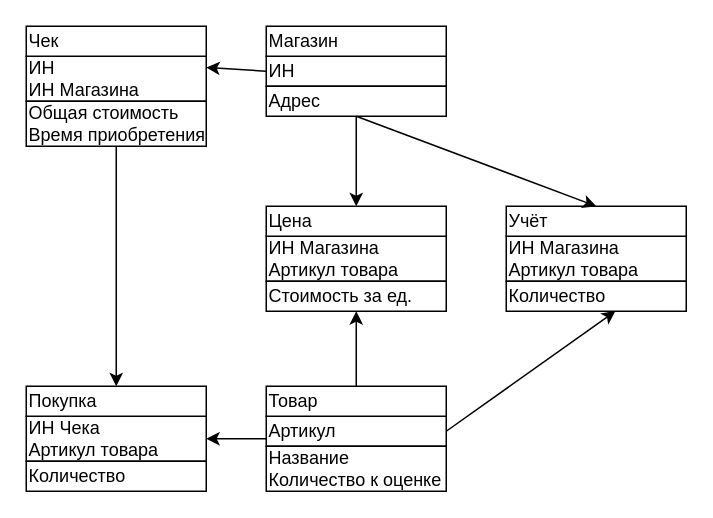
Before: db/lab1/db1_1.drawio in AnDreV133/BSTU-labs, a draw.io diagram. Source tidied: cells renumbered, new cells numbered last; positions are measured from the earlier drawing's top-left corner, leaving out a move shared by most shapes. Both pictures are drawn from the tidied source at 150%, with x=0, y=0 at pixel (26, 26).
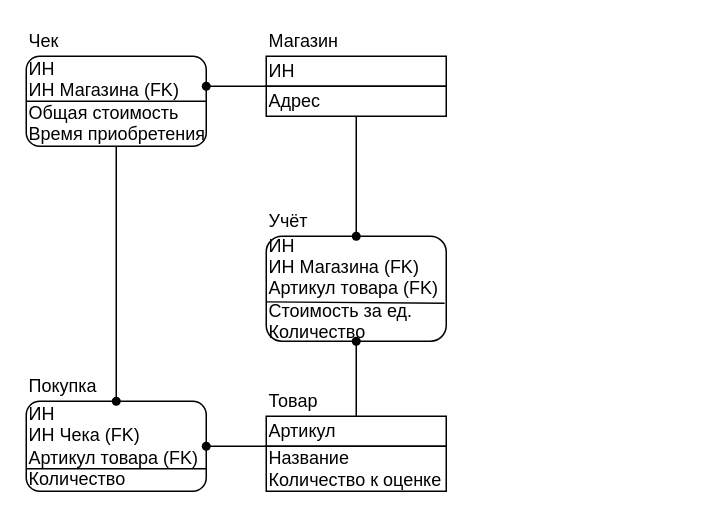
Above is the later version.

The change refers to these unchanged cells:
```xml
<mxCell id="8" value="ИН&amp;nbsp;" style="rounded=0;whiteSpace=wrap;html=1;align=left;" parent="1" vertex="1">
  <mxGeometry x="160" y="20" width="120" height="20" as="geometry" />
</mxCell>
<mxCell id="9" value="Адрес" style="rounded=0;whiteSpace=wrap;html=1;align=left;" parent="1" vertex="1">
  <mxGeometry x="160" y="40" width="120" height="20" as="geometry" />
</mxCell>
<mxCell id="14" value="&lt;div&gt;Артикул&lt;/div&gt;" style="rounded=0;whiteSpace=wrap;html=1;align=left;" parent="1" vertex="1">
  <mxGeometry x="160" y="260" width="120" height="20" as="geometry" />
</mxCell>
<mxCell id="15" value="Название&lt;div&gt;Количество к оценке&lt;/div&gt;" style="rounded=0;whiteSpace=wrap;html=1;align=left;" parent="1" vertex="1">
  <mxGeometry x="160" y="280" width="120" height="30" as="geometry" />
</mxCell>
```

The edit, as a diff of the source:
```diff
@@
-    <mxCell id="2" value="ИН&lt;div&gt;ИН Магазина&lt;/div&gt;" style="rounded=0;whiteSpace=wrap;html=1;align=left;" parent="1" vertex="1">
-      <mxGeometry y="20" width="120" height="30" as="geometry" />
+    <mxCell id="2" value="ИН&lt;div&gt;ИН Магазина (FK)&lt;/div&gt;&lt;div&gt;Общая стоимость&lt;div&gt;Время приобретения&lt;/div&gt;&lt;/div&gt;" style="rounded=1;whiteSpace=wrap;html=1;align=left;" parent="1" vertex="1">
+      <mxGeometry y="20" width="120" height="60" as="geometry" />
     </mxCell>
-    <mxCell id="3" value="Общая стоимость&lt;div&gt;Время приобретения&lt;/div&gt;" style="rounded=0;whiteSpace=wrap;html=1;align=left;" parent="1" vertex="1">
-      <mxGeometry y="50" width="120" height="30" as="geometry" />
-    </mxCell>
-    <mxCell id="4" value="Чек" style="rounded=0;whiteSpace=wrap;html=1;align=left;" parent="1" vertex="1">
-      <mxGeometry width="120" height="20" as="geometry" />
-    </mxCell>
-    <mxCell id="5" value="ИН Чека&lt;div&gt;Артикул товара&lt;/div&gt;" style="rounded=0;whiteSpace=wrap;html=1;align=left;" parent="1" vertex="1">
-      <mxGeometry y="260" width="120" height="30" as="geometry" />
+    <mxCell id="5" value="&lt;div&gt;ИН&lt;/div&gt;ИН Чека (FK)&lt;div&gt;Артикул товара (FK)&lt;/div&gt;&lt;div&gt;Количество&lt;br&gt;&lt;/div&gt;" style="rounded=1;whiteSpace=wrap;html=1;align=left;" parent="1" vertex="1">
+      <mxGeometry y="250" width="120" height="60" as="geometry" />
     </mxCell>
-    <mxCell id="6" value="Количество" style="rounded=0;whiteSpace=wrap;html=1;align=left;" parent="1" vertex="1">
-      <mxGeometry y="290" width="120" height="20" as="geometry" />
-    </mxCell>
-    <mxCell id="7" value="Покупка" style="rounded=0;whiteSpace=wrap;html=1;align=left;" parent="1" vertex="1">
-      <mxGeometry y="240" width="120" height="20" as="geometry" />
-    </mxCell>
@@
-    <mxCell id="10" value="Магазин" style="rounded=0;whiteSpace=wrap;html=1;align=left;" parent="1" vertex="1">
-      <mxGeometry x="160" width="120" height="20" as="geometry" />
-    </mxCell>
-    <mxCell id="11" value="ИН Магазина&lt;div&gt;Артикул товара&lt;/div&gt;" style="rounded=0;whiteSpace=wrap;html=1;align=left;" parent="1" vertex="1">
-      <mxGeometry x="160" y="140" width="120" height="30" as="geometry" />
+    <mxCell id="11" value="&lt;div&gt;ИН&lt;/div&gt;ИН Магазина (FK)&lt;div&gt;Артикул товара (FK)&lt;/div&gt;&lt;div&gt;Стоимость за ед.&lt;div&gt;Количество&lt;/div&gt;&lt;/div&gt;" style="rounded=1;whiteSpace=wrap;html=1;align=left;" parent="1" vertex="1">
+      <mxGeometry x="160" y="140" width="120" height="70" as="geometry" />
     </mxCell>
-    <mxCell id="12" value="Стоимость за ед." style="rounded=0;whiteSpace=wrap;html=1;align=left;" parent="1" vertex="1">
-      <mxGeometry x="160" y="170" width="120" height="20" as="geometry" />
-    </mxCell>
-    <mxCell id="13" value="Цена" style="rounded=0;whiteSpace=wrap;html=1;align=left;" parent="1" vertex="1">
-      <mxGeometry x="160" y="120" width="120" height="20" as="geometry" />
-    </mxCell>
@@
+    <mxCell id="4" value="Чек" style="text;html=1;align=left;verticalAlign=middle;whiteSpace=wrap;rounded=0;" parent="1" vertex="1">
+      <mxGeometry width="60" height="20" as="geometry" />
+    </mxCell>
+    <mxCell id="10" value="Магазин" style="text;html=1;align=left;verticalAlign=middle;whiteSpace=wrap;rounded=0;" parent="1" vertex="1">
+      <mxGeometry x="160" width="60" height="20" as="geometry" />
+    </mxCell>
+    <mxCell id="19" value="Учёт" style="text;html=1;align=left;verticalAlign=middle;whiteSpace=wrap;rounded=0;" parent="1" vertex="1">
+      <mxGeometry x="160" y="120" width="60" height="20" as="geometry" />
+    </mxCell>
+    <mxCell id="7" value="Покупка" style="text;html=1;align=left;verticalAlign=middle;whiteSpace=wrap;rounded=0;" parent="1" vertex="1">
+      <mxGeometry y="230" width="60" height="20" as="geometry" />
+    </mxCell>
-    <mxCell id="16" value="Товар" style="rounded=0;whiteSpace=wrap;html=1;align=left;" parent="1" vertex="1">
-      <mxGeometry x="160" y="240" width="120" height="20" as="geometry" />
+    <mxCell id="16" value="Товар" style="text;html=1;align=left;verticalAlign=middle;whiteSpace=wrap;rounded=0;" parent="1" vertex="1">
+      <mxGeometry x="160" y="240" width="60" height="20" as="geometry" />
     </mxCell>
-    <mxCell id="17" value="ИН Магазина&lt;div&gt;Артикул товара&lt;/div&gt;" style="rounded=0;whiteSpace=wrap;html=1;align=left;" parent="1" vertex="1">
-      <mxGeometry x="320" y="140" width="120" height="30" as="geometry" />
-    </mxCell>
-    <mxCell id="18" value="Количество" style="rounded=0;whiteSpace=wrap;html=1;align=left;" parent="1" vertex="1">
-      <mxGeometry x="320" y="170" width="120" height="20" as="geometry" />
-    </mxCell>
-    <mxCell id="19" value="Учёт" style="rounded=0;whiteSpace=wrap;html=1;align=left;" parent="1" vertex="1">
-      <mxGeometry x="320" y="120" width="120" height="20" as="geometry" />
-    </mxCell>
-    <mxCell id="20" style="endArrow=classic;html=1;rounded=0;exitX=0.5;exitY=1;exitDx=0;exitDy=0;entryX=0.5;entryY=0;entryDx=0;entryDy=0;" parent="1" edge="1" source="3" target="7">
-      <mxGeometry relative="1" as="geometry" />
-    </mxCell>
-    <mxCell id="21" style="endArrow=classic;html=1;rounded=0;exitX=0;exitY=0.5;exitDx=0;exitDy=0;entryX=1;entryY=0.25;entryDx=0;entryDy=0;" parent="1" edge="1" source="8" target="2">
-      <mxGeometry relative="1" as="geometry" />
-    </mxCell>
-    <mxCell id="22" style="endArrow=classic;html=1;rounded=0;exitX=0.5;exitY=1;exitDx=0;exitDy=0;entryX=0.5;entryY=0;entryDx=0;entryDy=0;" parent="1" edge="1" source="9" target="13">
-      <mxGeometry relative="1" as="geometry" />
-    </mxCell>
-    <mxCell id="23" style="endArrow=classic;html=1;rounded=0;exitX=0.5;exitY=1;exitDx=0;exitDy=0;entryX=0.5;entryY=0;entryDx=0;entryDy=0;" parent="1" edge="1" source="9" target="19">
-      <mxGeometry relative="1" as="geometry" />
-    </mxCell>
-    <mxCell id="24" style="endArrow=classic;html=1;rounded=0;exitX=0.5;exitY=0;exitDx=0;exitDy=0;entryX=0.5;entryY=1;entryDx=0;entryDy=0;" parent="1" edge="1" source="16" target="12">
-      <mxGeometry relative="1" as="geometry" />
-    </mxCell>
-    <mxCell id="25" style="endArrow=classic;html=1;rounded=0;exitX=0;exitY=0.75;exitDx=0;exitDy=0;entryX=1;entryY=0.5;entryDx=0;entryDy=0;" parent="1" edge="1" source="14" target="5">
-      <mxGeometry relative="1" as="geometry" />
-    </mxCell>
-    <mxCell id="26" style="endArrow=classic;html=1;rounded=0;exitX=1;exitY=0.5;exitDx=0;exitDy=0;entryX=0.607;entryY=0.992;entryDx=0;entryDy=0;entryPerimeter=0;" parent="1" edge="1" source="14" target="18">
-      <mxGeometry relative="1" as="geometry" />
-    </mxCell>
+    <mxCell id="27" style="endArrow=none;html=1;rounded=0;entryX=0;entryY=0;entryDx=0;entryDy=0;" parent="1" edge="1" source="35" target="9">
+      <mxGeometry relative="1" as="geometry" />
+    </mxCell>
+    <mxCell id="28" style="endArrow=none;html=1;rounded=0;exitX=0.5;exitY=0;exitDx=0;exitDy=0;entryX=0.5;entryY=1;entryDx=0;entryDy=0;" parent="1" edge="1" target="11">
+      <mxGeometry relative="1" as="geometry">
+        <mxPoint x="220" y="210" as="sourcePoint" />
+      </mxGeometry>
+    </mxCell>
+    <mxCell id="29" style="endArrow=none;html=1;rounded=0;entryX=0;entryY=0;entryDx=0;entryDy=0;" parent="1" edge="1" source="38" target="15">
+      <mxGeometry relative="1" as="geometry" />
+    </mxCell>
+    <mxCell id="30" style="endArrow=none;html=1;rounded=0;exitX=0;exitY=0.5;exitDx=0;exitDy=0;entryX=1;entryY=0.5;entryDx=0;entryDy=0;" parent="1" edge="1" source="2" target="2">
+      <mxGeometry relative="1" as="geometry" />
+    </mxCell>
+    <mxCell id="31" style="endArrow=none;html=1;rounded=0;exitX=1;exitY=0.75;exitDx=0;exitDy=0;entryX=0;entryY=0.75;entryDx=0;entryDy=0;" parent="1" edge="1" source="5" target="5">
+      <mxGeometry relative="1" as="geometry" />
+    </mxCell>
+    <mxCell id="32" style="endArrow=none;html=1;rounded=0;entryX=0.991;entryY=0.637;entryDx=0;entryDy=0;exitX=0.001;exitY=0.625;exitDx=0;exitDy=0;exitPerimeter=0;entryPerimeter=0;" parent="1" edge="1" source="11" target="11">
+      <mxGeometry relative="1" as="geometry" />
+    </mxCell>
+    <mxCell id="33" style="endArrow=none;html=1;rounded=0;exitX=0.5;exitY=0;exitDx=0;exitDy=0;" parent="1" edge="1" source="14" target="39">
+      <mxGeometry relative="1" as="geometry" />
+    </mxCell>
+    <mxCell id="34" style="endArrow=none;html=1;rounded=0;entryX=0.5;entryY=1;entryDx=0;entryDy=0;exitX=0.5;exitY=0;exitDx=0;exitDy=0;" parent="1" edge="1" source="11">
+      <mxGeometry relative="1" as="geometry">
+        <mxPoint x="220" y="140" as="targetPoint" />
+      </mxGeometry>
+    </mxCell>
+    <mxCell id="35" style="shape=waypoint;sketch=0;fillStyle=solid;size=6;points=[];fillColor=none;perimeter=centerPerimeter;snapToPoint=1;" parent="1" vertex="1">
+      <mxGeometry x="110" y="30" width="20" height="20" as="geometry" />
+    </mxCell>
+    <mxCell id="36" style="shape=waypoint;sketch=0;fillStyle=solid;size=6;points=[];fillColor=none;perimeter=centerPerimeter;snapToPoint=1;" parent="1" vertex="1">
+      <mxGeometry x="50" y="240" width="20" height="20" as="geometry" />
+    </mxCell>
+    <mxCell id="37" style="endArrow=none;html=1;rounded=0;entryX=0.5;entryY=1;entryDx=0;entryDy=0;" parent="1" edge="1" source="36" target="2">
+      <mxGeometry relative="1" as="geometry" />
+    </mxCell>
+    <mxCell id="38" style="shape=waypoint;sketch=0;fillStyle=solid;size=6;points=[];fillColor=none;perimeter=centerPerimeter;snapToPoint=1;" parent="1" vertex="1">
+      <mxGeometry x="110" y="270" width="20" height="20" as="geometry" />
+    </mxCell>
+    <mxCell id="39" style="shape=waypoint;sketch=0;fillStyle=solid;size=6;points=[];fillColor=none;perimeter=centerPerimeter;snapToPoint=1;" parent="1" vertex="1">
+      <mxGeometry x="210" y="200" width="20" height="20" as="geometry" />
+    </mxCell>
+    <mxCell id="40" style="shape=waypoint;sketch=0;fillStyle=solid;size=6;points=[];fillColor=none;perimeter=centerPerimeter;snapToPoint=1;" parent="1" vertex="1">
+      <mxGeometry x="210" y="130" width="20" height="20" as="geometry" />
+    </mxCell>
+    <mxCell id="41" style="endArrow=none;html=1;rounded=0;entryX=0.5;entryY=1;entryDx=0;entryDy=0;" parent="1" edge="1" source="40" target="9">
+      <mxGeometry relative="1" as="geometry" />
+    </mxCell>
```
